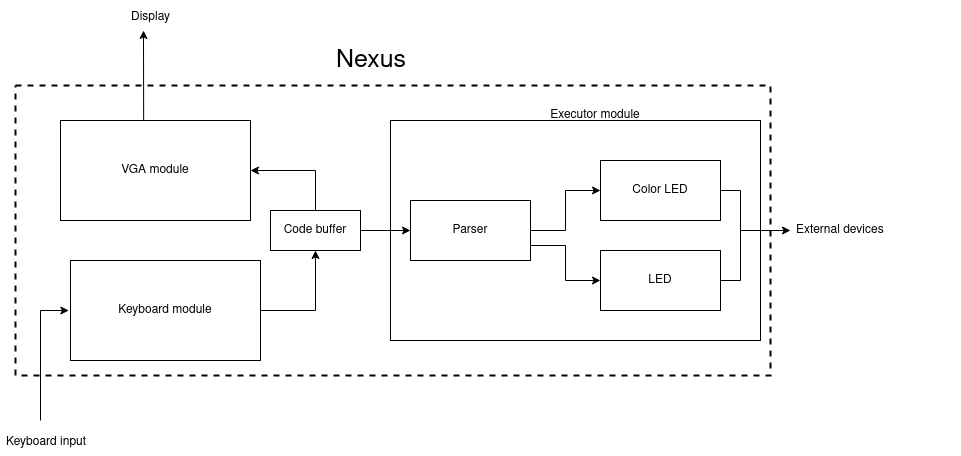
Earlier version of the draw.io export Nexus.png (erazemk/nexus). Source tidied: cells renumbered, new cells last; positions are measured from the earlier drawing's top-left corner, leaving out a move shared by most shapes.
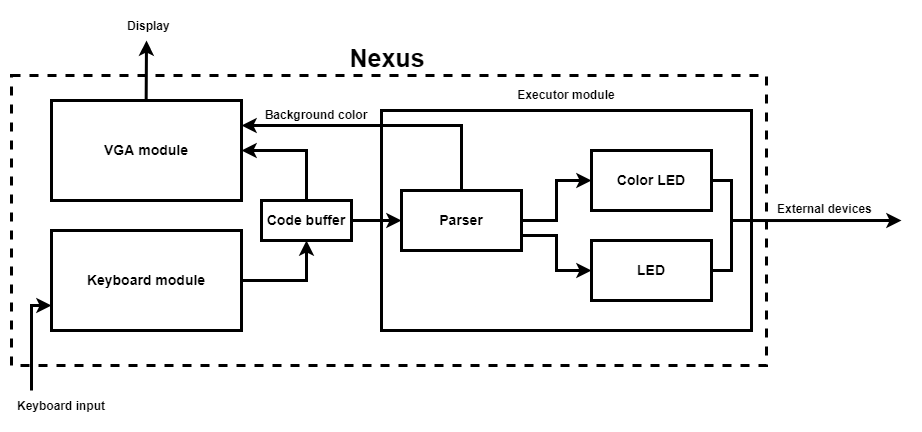
After the commit.

Commit message:
Add backround color command description to readme

The edit, as a diff of the source:
```diff
@@ -2,82 +2,76 @@
   <root>
     <mxCell id="0" />
     <mxCell id="1" parent="0" />
+    <mxCell id="22" style="rounded=0;whiteSpace=wrap;html=1;fontSize=12;strokeWidth=3;fillColor=none;dashed=1;strokeColor=#000000;fontColor=#000000;" parent="1" vertex="1">
+      <mxGeometry x="20" y="85" width="755" height="290" as="geometry" />
+    </mxCell>
-    <mxCell id="2" style="rounded=0;whiteSpace=wrap;html=1;" parent="1" vertex="1">
+    <mxCell id="2" style="rounded=0;whiteSpace=wrap;html=1;fillColor=none;strokeWidth=3;strokeColor=#000000;fontColor=#000000;" parent="1" vertex="1">
       <mxGeometry x="390" y="120" width="370" height="220" as="geometry" />
     </mxCell>
-    <mxCell id="3" style="edgeStyle=orthogonalEdgeStyle;rounded=0;jettySize=auto;html=1;exitX=1;exitY=0.5;exitDx=0;exitDy=0;entryX=0.5;entryY=1;entryDx=0;entryDy=0;fontSize=12;" parent="1" edge="1" source="4" target="21">
+    <mxCell id="3" style="edgeStyle=orthogonalEdgeStyle;rounded=0;jettySize=auto;html=1;exitX=1;exitY=0.5;exitDx=0;exitDy=0;entryX=0.5;entryY=1;entryDx=0;entryDy=0;fontSize=12;strokeWidth=3;strokeColor=#000000;fontColor=#000000;" parent="1" edge="1" source="4" target="21">
       <mxGeometry relative="1" as="geometry" />
     </mxCell>
-    <mxCell id="4" value="Keyboard module" style="rounded=0;whiteSpace=wrap;html=1;" parent="1" vertex="1">
-      <mxGeometry x="70" y="260" width="190" height="100" as="geometry" />
+    <mxCell id="4" value="Keyboard module" style="rounded=0;whiteSpace=wrap;html=1;fillColor=none;fontSize=14;fontStyle=1;strokeWidth=3;strokeColor=#000000;fontColor=#000000;" parent="1" vertex="1">
+      <mxGeometry x="60" y="240" width="190" height="100" as="geometry" />
     </mxCell>
-    <mxCell id="5" value="VGA module" style="rounded=0;whiteSpace=wrap;html=1;" parent="1" vertex="1">
-      <mxGeometry x="60" y="120" width="190" height="100" as="geometry" />
+    <mxCell id="5" value="VGA module" style="rounded=0;whiteSpace=wrap;html=1;fillColor=none;strokeWidth=3;fontStyle=1;fontSize=14;strokeColor=#000000;fontColor=#000000;" parent="1" vertex="1">
+      <mxGeometry x="60" y="110" width="190" height="100" as="geometry" />
     </mxCell>
-    <mxCell id="6" value="LED" style="rounded=0;whiteSpace=wrap;html=1;" parent="1" vertex="1">
+    <mxCell id="6" value="LED" style="rounded=0;whiteSpace=wrap;html=1;fillColor=none;strokeWidth=3;fontSize=14;fontStyle=1;strokeColor=#000000;fontColor=#000000;" parent="1" vertex="1">
       <mxGeometry x="600" y="250" width="120" height="60" as="geometry" />
     </mxCell>
-    <mxCell id="7" value="Executor module" style="text;html=1;strokeColor=none;fillColor=none;align=center;verticalAlign=middle;whiteSpace=wrap;rounded=0;" parent="1" vertex="1">
-      <mxGeometry x="545" y="100" width="100" height="30" as="geometry" />
+    <mxCell id="7" value="Executor module" style="text;html=1;strokeColor=none;fillColor=none;align=center;verticalAlign=middle;whiteSpace=wrap;rounded=0;fontStyle=1;fontColor=#000000;" parent="1" vertex="1">
+      <mxGeometry x="525" y="90" width="100" height="30" as="geometry" />
     </mxCell>
-    <mxCell id="8" style="edgeStyle=orthogonalEdgeStyle;rounded=0;jettySize=auto;html=1;exitX=1;exitY=0.75;exitDx=0;exitDy=0;entryX=0;entryY=0.5;entryDx=0;entryDy=0;" parent="1" edge="1" source="10" target="6">
+    <mxCell id="8" style="edgeStyle=orthogonalEdgeStyle;rounded=0;jettySize=auto;html=1;exitX=1;exitY=0.75;exitDx=0;exitDy=0;entryX=0;entryY=0.5;entryDx=0;entryDy=0;strokeWidth=3;strokeColor=#000000;fontColor=#000000;" parent="1" edge="1" source="10" target="6">
       <mxGeometry relative="1" as="geometry" />
     </mxCell>
-    <mxCell id="9" style="edgeStyle=orthogonalEdgeStyle;rounded=0;jettySize=auto;html=1;exitX=1;exitY=0.5;exitDx=0;exitDy=0;entryX=0;entryY=0.5;entryDx=0;entryDy=0;" parent="1" edge="1" source="10" target="11">
+    <mxCell id="9" style="edgeStyle=orthogonalEdgeStyle;rounded=0;jettySize=auto;html=1;exitX=1;exitY=0.5;exitDx=0;exitDy=0;entryX=0;entryY=0.5;entryDx=0;entryDy=0;strokeWidth=3;strokeColor=#000000;fontColor=#000000;" parent="1" edge="1" source="10" target="11">
       <mxGeometry relative="1" as="geometry" />
     </mxCell>
+    <mxCell id="25" style="edgeStyle=orthogonalEdgeStyle;rounded=0;jettySize=auto;html=1;exitX=0.5;exitY=0;exitDx=0;exitDy=0;entryX=1;entryY=0.25;entryDx=0;entryDy=0;strokeWidth=3;strokeColor=#000000;fontColor=#000000;" parent="1" edge="1" source="10" target="5">
+      <mxGeometry relative="1" as="geometry" />
+    </mxCell>
-    <mxCell id="10" value="Parser" style="rounded=0;whiteSpace=wrap;html=1;" parent="1" vertex="1">
+    <mxCell id="10" value="Parser" style="rounded=0;whiteSpace=wrap;html=1;fillColor=none;strokeWidth=3;fontSize=14;fontStyle=1;strokeColor=#000000;fontColor=#000000;" parent="1" vertex="1">
       <mxGeometry x="410" y="200" width="120" height="60" as="geometry" />
     </mxCell>
-    <mxCell id="11" value="Color LED" style="rounded=0;whiteSpace=wrap;html=1;" parent="1" vertex="1">
+    <mxCell id="11" value="Color LED" style="rounded=0;whiteSpace=wrap;html=1;fillColor=none;strokeWidth=3;fontSize=14;fontStyle=1;strokeColor=#000000;fontColor=#000000;" parent="1" vertex="1">
       <mxGeometry x="600" y="160" width="120" height="60" as="geometry" />
     </mxCell>
-    <mxCell id="12" value="Nexus" style="text;strokeColor=none;fillColor=none;align=left;verticalAlign=middle;spacingLeft=4;spacingRight=4;overflow=hidden;dashed=1;fontSize=25;" parent="1" vertex="1">
-      <mxGeometry x="330" y="40" width="120" height="30" as="geometry" />
+    <mxCell id="12" value="Nexus" style="text;strokeColor=none;fillColor=none;align=left;verticalAlign=middle;spacingLeft=4;spacingRight=4;overflow=hidden;dashed=1;fontSize=25;fontStyle=1;fontColor=#000000;" parent="1" vertex="1">
+      <mxGeometry x="352.5" y="50" width="90" height="30" as="geometry" />
     </mxCell>
-    <mxCell id="13" style="endArrow=classic;html=1;rounded=0;fontSize=25;entryX=0.027;entryY=0.742;entryDx=0;entryDy=0;entryPerimeter=0;" parent="1" edge="1">
-      <mxGeometry relative="1" as="geometry">
-        <mxPoint x="40" y="420" as="sourcePoint" />
-        <mxPoint x="68.4" y="310" as="targetPoint" />
-        <Array as="points">
-          <mxPoint x="40" y="310" />
-        </Array>
-      </mxGeometry>
-    </mxCell>
-    <mxCell id="14" value="Keyboard input" style="text;strokeColor=none;fillColor=none;align=left;verticalAlign=middle;spacingLeft=4;spacingRight=4;overflow=hidden;dashed=1;fontSize=12;" parent="1" vertex="1">
-      <mxGeometry y="425" width="100" height="30" as="geometry" />
+    <mxCell id="14" value="Keyboard input" style="text;strokeColor=none;fillColor=none;align=left;verticalAlign=middle;spacingLeft=4;spacingRight=4;overflow=hidden;dashed=1;fontSize=12;fontStyle=1;fontColor=#000000;" parent="1" vertex="1">
+      <mxGeometry x="20" y="400" width="100" height="30" as="geometry" />
     </mxCell>
-    <mxCell id="15" style="endArrow=classic;html=1;rounded=0;fontSize=12;exitX=0.137;exitY=0.129;exitDx=0;exitDy=0;exitPerimeter=0;" parent="1" edge="1">
+    <mxCell id="15" style="endArrow=classic;html=1;rounded=0;fontSize=12;exitX=0.137;exitY=0.129;exitDx=0;exitDy=0;exitPerimeter=0;strokeWidth=3;strokeColor=#000000;fontColor=#000000;" parent="1" edge="1">
       <mxGeometry relative="1" as="geometry">
-        <mxPoint x="143.2" y="120" as="sourcePoint" />
-        <mxPoint x="143" y="30" as="targetPoint" />
+        <mxPoint x="154.7" y="110" as="sourcePoint" />
+        <mxPoint x="155" y="50" as="targetPoint" />
       </mxGeometry>
     </mxCell>
-    <mxCell id="16" value="Display" style="text;strokeColor=none;fillColor=none;align=left;verticalAlign=middle;spacingLeft=4;spacingRight=4;overflow=hidden;dashed=1;fontSize=12;" parent="1" vertex="1">
-      <mxGeometry x="125" width="80" height="30" as="geometry" />
+    <mxCell id="16" value="Display" style="text;strokeColor=none;fillColor=none;align=left;verticalAlign=middle;spacingLeft=4;spacingRight=4;overflow=hidden;dashed=1;fontSize=12;fontStyle=1;fontColor=#000000;" parent="1" vertex="1">
+      <mxGeometry x="130" y="20" width="60" height="30" as="geometry" />
     </mxCell>
-    <mxCell id="17" style="endArrow=classic;html=1;rounded=0;fontSize=12;exitX=0.985;exitY=0.484;exitDx=0;exitDy=0;exitPerimeter=0;" parent="1" edge="1">
+    <mxCell id="17" style="endArrow=classic;html=1;rounded=0;fontSize=12;exitX=0.985;exitY=0.484;exitDx=0;exitDy=0;exitPerimeter=0;strokeWidth=3;strokeColor=#000000;fontColor=#000000;" parent="1" edge="1">
       <mxGeometry relative="1" as="geometry">
         <mxPoint x="759.8" y="230" as="sourcePoint" />
-        <mxPoint x="790" y="230" as="targetPoint" />
+        <mxPoint x="910" y="230" as="targetPoint" />
       </mxGeometry>
     </mxCell>
-    <mxCell id="18" value="External devices&#10;" style="text;strokeColor=none;fillColor=none;align=left;verticalAlign=middle;spacingLeft=4;spacingRight=4;overflow=hidden;dashed=1;fontSize=12;" parent="1" vertex="1">
-      <mxGeometry x="790" y="210" width="170" height="50" as="geometry" />
+    <mxCell id="18" value="External devices&#10;" style="text;strokeColor=none;fillColor=none;align=left;verticalAlign=middle;spacingLeft=4;spacingRight=4;overflow=hidden;dashed=1;fontSize=12;strokeWidth=1;fontStyle=1;fontColor=#000000;" parent="1" vertex="1">
+      <mxGeometry x="780" y="210" width="115" height="20" as="geometry" />
     </mxCell>
-    <mxCell id="19" style="edgeStyle=orthogonalEdgeStyle;rounded=0;jettySize=auto;html=1;exitX=0.5;exitY=0;exitDx=0;exitDy=0;entryX=1;entryY=0.5;entryDx=0;entryDy=0;fontSize=12;" parent="1" edge="1" source="21" target="5">
+    <mxCell id="19" style="edgeStyle=orthogonalEdgeStyle;rounded=0;jettySize=auto;html=1;exitX=0.5;exitY=0;exitDx=0;exitDy=0;entryX=1;entryY=0.5;entryDx=0;entryDy=0;fontSize=12;strokeWidth=3;strokeColor=#000000;fontColor=#000000;" parent="1" edge="1" source="21" target="5">
       <mxGeometry relative="1" as="geometry" />
     </mxCell>
-    <mxCell id="20" style="edgeStyle=orthogonalEdgeStyle;rounded=0;jettySize=auto;html=1;exitX=1;exitY=0.5;exitDx=0;exitDy=0;fontSize=12;entryX=0;entryY=0.5;entryDx=0;entryDy=0;" parent="1" edge="1" source="21" target="10">
+    <mxCell id="20" style="edgeStyle=orthogonalEdgeStyle;rounded=0;jettySize=auto;html=1;exitX=1;exitY=0.5;exitDx=0;exitDy=0;fontSize=12;entryX=0;entryY=0.5;entryDx=0;entryDy=0;strokeWidth=3;strokeColor=#000000;fontColor=#000000;" parent="1" edge="1" source="21" target="10">
       <mxGeometry relative="1" as="geometry" />
     </mxCell>
-    <mxCell id="21" value="Code buffer" style="rounded=0;whiteSpace=wrap;html=1;fontSize=12;strokeWidth=1;fillColor=none;" parent="1" vertex="1">
+    <mxCell id="21" value="Code buffer" style="rounded=0;whiteSpace=wrap;html=1;fontSize=14;strokeWidth=3;fillColor=none;fontStyle=1;strokeColor=#000000;fontColor=#000000;" parent="1" vertex="1">
       <mxGeometry x="270" y="210" width="90" height="40" as="geometry" />
     </mxCell>
-    <mxCell id="22" style="rounded=0;whiteSpace=wrap;html=1;fontSize=12;strokeWidth=2;fillColor=none;dashed=1;" parent="1" vertex="1">
-      <mxGeometry x="15" y="85" width="755" height="290" as="geometry" />
-    </mxCell>
-    <mxCell id="23" style="endArrow=none;html=1;rounded=0;exitX=1;exitY=0.5;exitDx=0;exitDy=0;entryX=1;entryY=0.5;entryDx=0;entryDy=0;" parent="1" edge="1" source="6" target="2">
+    <mxCell id="23" style="endArrow=none;html=1;rounded=0;exitX=1;exitY=0.5;exitDx=0;exitDy=0;entryX=1;entryY=0.5;entryDx=0;entryDy=0;strokeWidth=3;strokeColor=#000000;fontColor=#000000;" parent="1" edge="1" source="6" target="2">
       <mxGeometry relative="1" as="geometry">
         <Array as="points">
           <mxPoint x="740" y="280" />
@@ -85,7 +79,7 @@
         </Array>
       </mxGeometry>
     </mxCell>
-    <mxCell id="24" style="endArrow=none;html=1;rounded=0;entryX=1;entryY=0.5;entryDx=0;entryDy=0;" parent="1" edge="1" target="11">
+    <mxCell id="24" style="endArrow=none;html=1;rounded=0;entryX=1;entryY=0.5;entryDx=0;entryDy=0;strokeWidth=3;strokeColor=#000000;fontColor=#000000;" parent="1" edge="1" target="11">
       <mxGeometry relative="1" as="geometry">
         <mxPoint x="740" y="230" as="sourcePoint" />
         <Array as="points">
@@ -93,5 +87,16 @@
         </Array>
       </mxGeometry>
     </mxCell>
+    <mxCell id="26" value="Background color" style="text;html=1;strokeColor=none;fillColor=none;align=center;verticalAlign=middle;whiteSpace=wrap;rounded=0;fontStyle=1;fontColor=#000000;" parent="1" vertex="1">
+      <mxGeometry x="260" y="110" width="130" height="30" as="geometry" />
+    </mxCell>
+    <mxCell id="27" style="endArrow=classic;html=1;rounded=0;fontSize=14;strokeWidth=3;entryX=0;entryY=0.75;entryDx=0;entryDy=0;strokeColor=#000000;fontColor=#000000;" parent="1" edge="1" target="4">
+      <mxGeometry relative="1" as="geometry">
+        <mxPoint x="40" y="400" as="sourcePoint" />
+        <Array as="points">
+          <mxPoint x="40" y="315" />
+        </Array>
+      </mxGeometry>
+    </mxCell>
   </root>
 </mxGraphModel>
```
